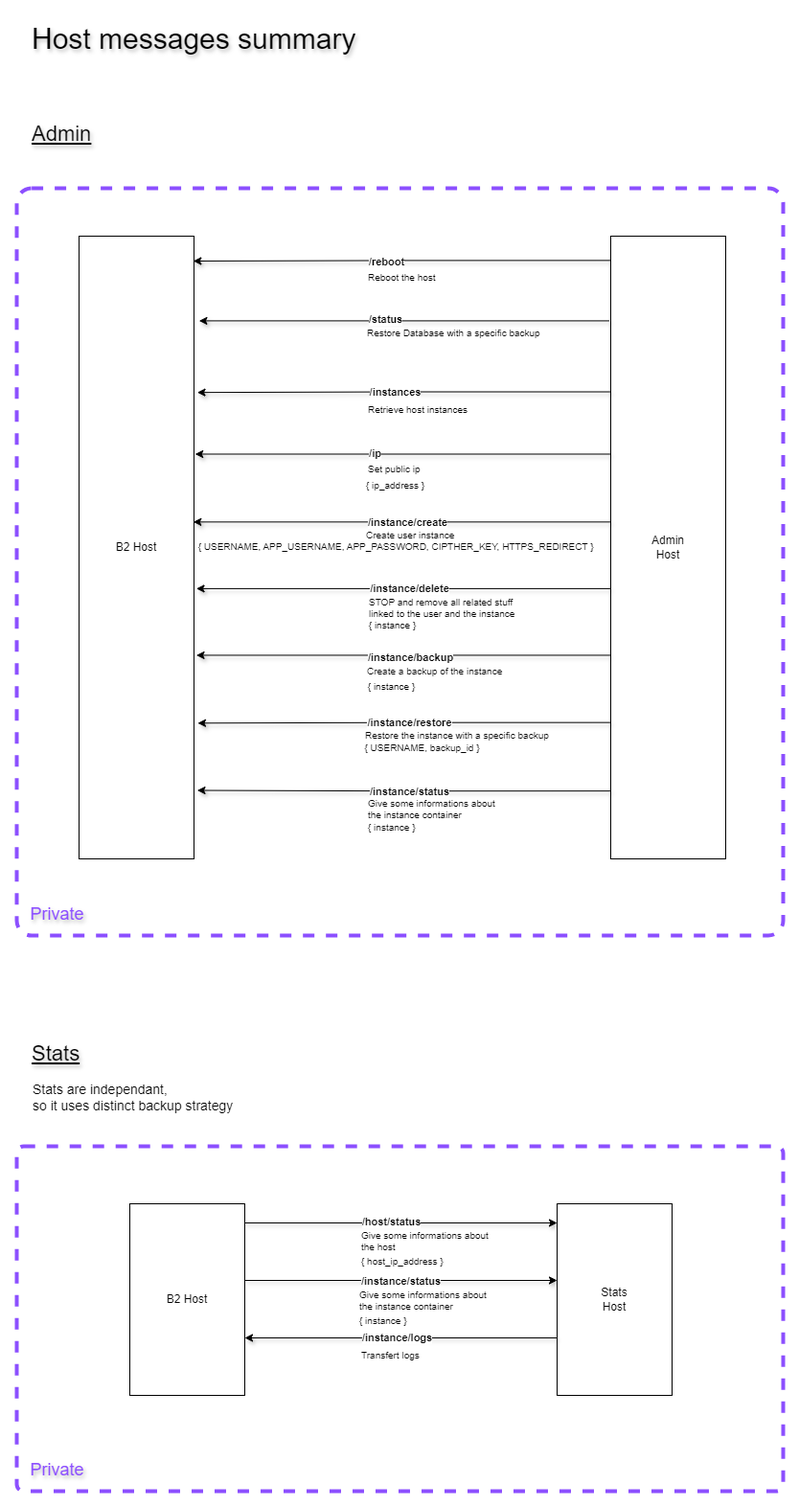
The draw.io diagram doc/Host_messages_summary.png in yesbabylon/b2, before a commit. Source tidied: cells renumbered, new cells last; positions are measured from the earlier drawing's top-left corner, leaving out a move shared by most shapes.
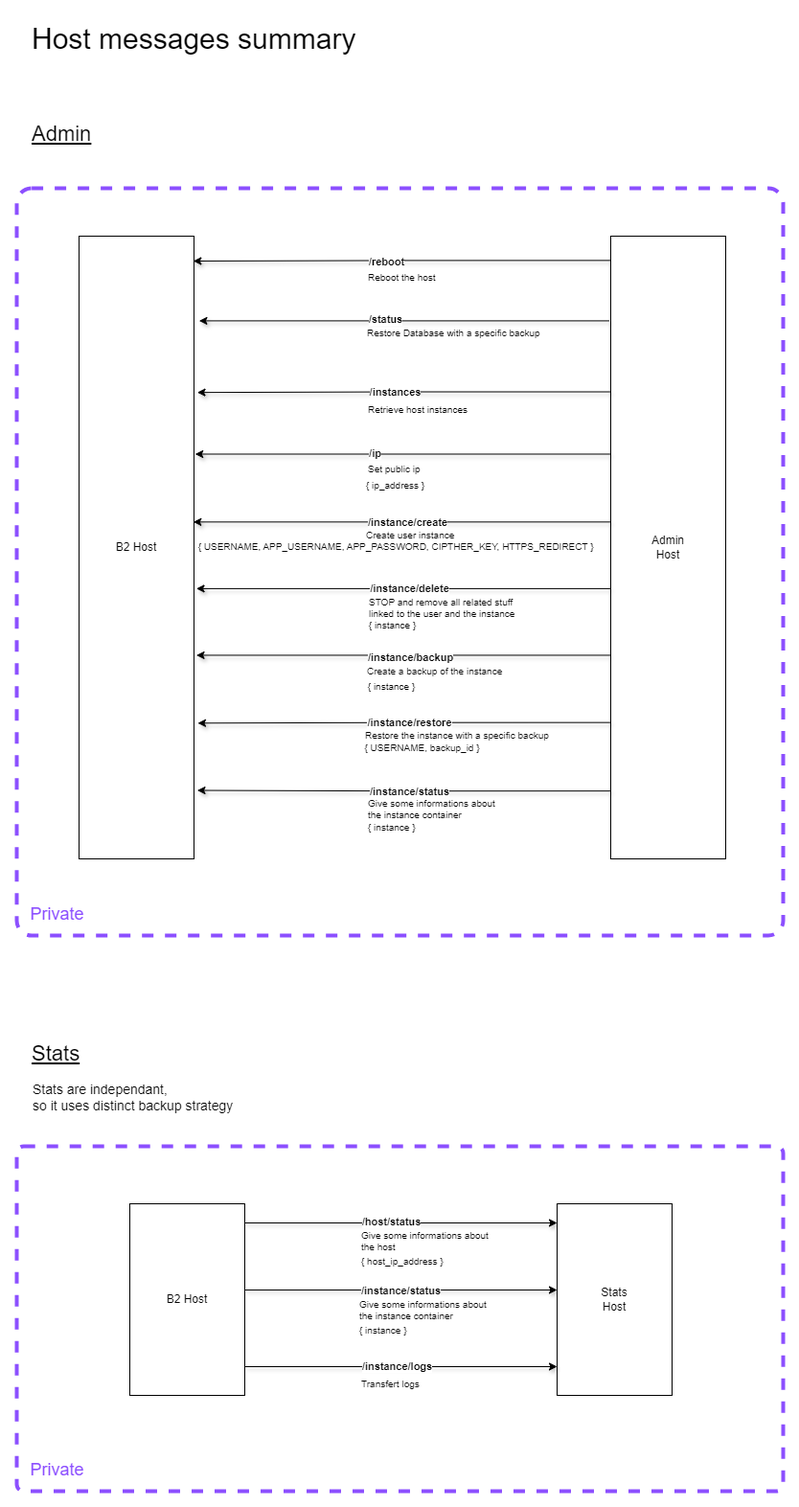
Above is the later version.

Diff of the diagram source:
```diff
@@ -11,10 +11,10 @@
     <mxCell id="4" value="B2 Host" style="whiteSpace=wrap;html=1;" parent="1" vertex="1">
       <mxGeometry x="65" y="231" width="120" height="650" as="geometry" />
     </mxCell>
-    <mxCell id="5" value="&lt;font size=&quot;1&quot; style=&quot;&quot;&gt;&lt;span style=&quot;font-size: 30px;&quot;&gt;Host messages summary&lt;/span&gt;&lt;/font&gt;" style="text;html=1;align=left;verticalAlign=middle;strokeColor=none;fillColor=none;textShadow=1;" parent="1" vertex="1">
+    <mxCell id="5" value="&lt;font size=&quot;1&quot; style=&quot;&quot;&gt;&lt;span style=&quot;font-size: 30px;&quot;&gt;Host messages summary&lt;/span&gt;&lt;/font&gt;" style="text;html=1;align=left;verticalAlign=middle;strokeColor=none;fillColor=none;textShadow=0;" parent="1" vertex="1">
       <mxGeometry x="14" width="360" height="50" as="geometry" />
     </mxCell>
-    <mxCell id="6" value="&lt;font style=&quot;font-size: 22px;&quot;&gt;&lt;u&gt;Stats&lt;/u&gt;&lt;/font&gt;" style="text;html=1;align=left;verticalAlign=middle;strokeColor=none;fillColor=none;textShadow=1;" parent="1" vertex="1">
+    <mxCell id="6" value="&lt;font style=&quot;font-size: 22px;&quot;&gt;&lt;u&gt;Stats&lt;/u&gt;&lt;/font&gt;" style="text;html=1;align=left;verticalAlign=middle;strokeColor=none;fillColor=none;textShadow=0;" parent="1" vertex="1">
       <mxGeometry x="14" y="1065" width="70" height="40" as="geometry" />
     </mxCell>
     <mxCell id="7" style="edgeStyle=orthogonalEdgeStyle;rounded=0;jettySize=auto;html=1;entryX=0.994;entryY=0.04;entryDx=0;entryDy=0;exitX=-0.004;exitY=0.039;exitDx=0;exitDy=0;exitPerimeter=0;entryPerimeter=0;shadow=1;textShadow=1;fontStyle=1;" parent="1" edge="1" source="9" target="4">
@@ -58,8 +58,8 @@
     </mxCell>
     <mxCell id="17" style="edgeStyle=orthogonalEdgeStyle;rounded=0;orthogonalLoop=1;jettySize=auto;html=1;exitX=1;exitY=0.75;exitDx=0;exitDy=0;entryX=0;entryY=0.75;entryDx=0;entryDy=0;shadow=1;textShadow=1;fontStyle=1;" parent="1" edge="1">
       <mxGeometry relative="1" as="geometry">
-        <mxPoint x="238" y="1321" as="sourcePoint" />
-        <mxPoint x="564" y="1321" as="targetPoint" />
+        <mxPoint x="238" y="1331" as="sourcePoint" />
+        <mxPoint x="564" y="1331" as="targetPoint" />
       </mxGeometry>
     </mxCell>
     <mxCell id="18" value="&lt;b&gt;/instance/status&lt;/b&gt;" style="edgeLabel;html=1;align=center;verticalAlign=middle;textShadow=0;" parent="17" vertex="1">
@@ -73,10 +73,10 @@
     <mxCell id="20" value="Stats&lt;br&gt;Host" style="whiteSpace=wrap;html=1;" parent="1" vertex="1">
       <mxGeometry x="564" y="1241" width="120" height="200" as="geometry" />
     </mxCell>
-    <mxCell id="21" value="&lt;font color=&quot;#8c4fff&quot; style=&quot;font-size: 18px;&quot;&gt;Private&lt;/font&gt;" style="text;html=1;align=center;verticalAlign=middle;strokeColor=none;fillColor=none;textShadow=1;" parent="1" vertex="1">
+    <mxCell id="21" value="&lt;font color=&quot;#8c4fff&quot; style=&quot;font-size: 18px;&quot;&gt;Private&lt;/font&gt;" style="text;html=1;align=center;verticalAlign=middle;strokeColor=none;fillColor=none;textShadow=0;" parent="1" vertex="1">
       <mxGeometry x="2" y="919" width="80" height="40" as="geometry" />
     </mxCell>
-    <mxCell id="22" value="&lt;font style=&quot;font-size: 22px;&quot;&gt;&lt;u&gt;Admin&lt;/u&gt;&lt;/font&gt;" style="text;html=1;align=left;verticalAlign=middle;strokeColor=none;fillColor=none;textShadow=1;" parent="1" vertex="1">
+    <mxCell id="22" value="&lt;font style=&quot;font-size: 22px;&quot;&gt;&lt;u&gt;Admin&lt;/u&gt;&lt;/font&gt;" style="text;html=1;align=left;verticalAlign=middle;strokeColor=none;fillColor=none;textShadow=0;" parent="1" vertex="1">
       <mxGeometry x="14" y="105" width="90" height="40" as="geometry" />
     </mxCell>
     <mxCell id="23" value="&lt;font style=&quot;font-size: 10px;&quot;&gt;Retrieve host instances&lt;/font&gt;" style="text;html=1;align=left;verticalAlign=middle;strokeColor=none;fillColor=none;fontSize=10;" parent="1" vertex="1">
@@ -169,13 +169,13 @@
     <mxCell id="48" value="&lt;font style=&quot;font-size: 10px;&quot;&gt;{ instance }&lt;/font&gt;" style="text;html=1;align=center;verticalAlign=middle;strokeColor=none;fillColor=none;fontSize=10;" parent="1" vertex="1">
       <mxGeometry x="356" y="686" width="70" height="30" as="geometry" />
     </mxCell>
-    <mxCell id="49" value="&lt;font color=&quot;#8c4fff&quot; style=&quot;font-size: 18px;&quot;&gt;Private&lt;/font&gt;" style="text;html=1;align=center;verticalAlign=middle;strokeColor=none;fillColor=none;textShadow=1;" parent="1" vertex="1">
+    <mxCell id="49" value="&lt;font color=&quot;#8c4fff&quot; style=&quot;font-size: 18px;&quot;&gt;Private&lt;/font&gt;" style="text;html=1;align=center;verticalAlign=middle;strokeColor=none;fillColor=none;textShadow=0;" parent="1" vertex="1">
       <mxGeometry x="2" y="1499" width="80" height="40" as="geometry" />
     </mxCell>
-    <mxCell id="50" style="edgeStyle=orthogonalEdgeStyle;rounded=0;orthogonalLoop=1;jettySize=auto;html=1;exitX=1;exitY=0.75;exitDx=0;exitDy=0;entryX=0;entryY=0.75;entryDx=0;entryDy=0;shadow=1;textShadow=1;fontStyle=1;endArrow=none;endFill=0;startArrow=classic;startFill=1;" parent="1" edge="1">
+    <mxCell id="50" style="edgeStyle=orthogonalEdgeStyle;rounded=0;orthogonalLoop=1;jettySize=auto;html=1;exitX=1;exitY=0.75;exitDx=0;exitDy=0;entryX=0;entryY=0.75;entryDx=0;entryDy=0;shadow=1;textShadow=1;fontStyle=1;endArrow=classic;endFill=1;startArrow=none;startFill=0;" parent="1" edge="1">
       <mxGeometry relative="1" as="geometry">
-        <mxPoint x="238" y="1381" as="sourcePoint" />
-        <mxPoint x="564" y="1381" as="targetPoint" />
+        <mxPoint x="238" y="1411" as="sourcePoint" />
+        <mxPoint x="564" y="1411" as="targetPoint" />
       </mxGeometry>
     </mxCell>
     <mxCell id="51" value="&lt;b&gt;/instance/logs&lt;/b&gt;" style="edgeLabel;html=1;align=center;verticalAlign=middle;textShadow=0;" parent="50" vertex="1">
@@ -190,13 +190,13 @@
       <mxGeometry x="358" y="1260" width="160" height="40" as="geometry" />
     </mxCell>
     <mxCell id="54" value="&lt;font style=&quot;font-size: 10px;&quot;&gt;{ instance }&lt;/font&gt;" style="text;html=1;align=left;verticalAlign=middle;strokeColor=none;fillColor=none;fontSize=10;" parent="1" vertex="1">
-      <mxGeometry x="356" y="1348" width="70" height="30" as="geometry" />
+      <mxGeometry x="356" y="1358" width="70" height="30" as="geometry" />
     </mxCell>
     <mxCell id="55" value="&lt;font style=&quot;font-size: 10px;&quot;&gt;Give some informations about &lt;br&gt;the instance container&lt;/font&gt;" style="text;html=1;align=left;verticalAlign=middle;strokeColor=none;fillColor=none;fontSize=10;" parent="1" vertex="1">
-      <mxGeometry x="356" y="1322" width="160" height="40" as="geometry" />
+      <mxGeometry x="356" y="1332" width="160" height="40" as="geometry" />
     </mxCell>
     <mxCell id="56" value="Transfert logs" style="text;html=1;align=left;verticalAlign=middle;strokeColor=none;fillColor=none;fontSize=10;" parent="1" vertex="1">
-      <mxGeometry x="358" y="1384" width="80" height="30" as="geometry" />
+      <mxGeometry x="358" y="1414" width="80" height="30" as="geometry" />
     </mxCell>
     <mxCell id="57" value="&lt;font style=&quot;font-size: 10px;&quot;&gt;Reboot the host&lt;/font&gt;" style="text;html=1;align=left;verticalAlign=middle;strokeColor=none;fillColor=none;fontSize=10;" parent="1" vertex="1">
       <mxGeometry x="365" y="259" width="90" height="30" as="geometry" />
```
